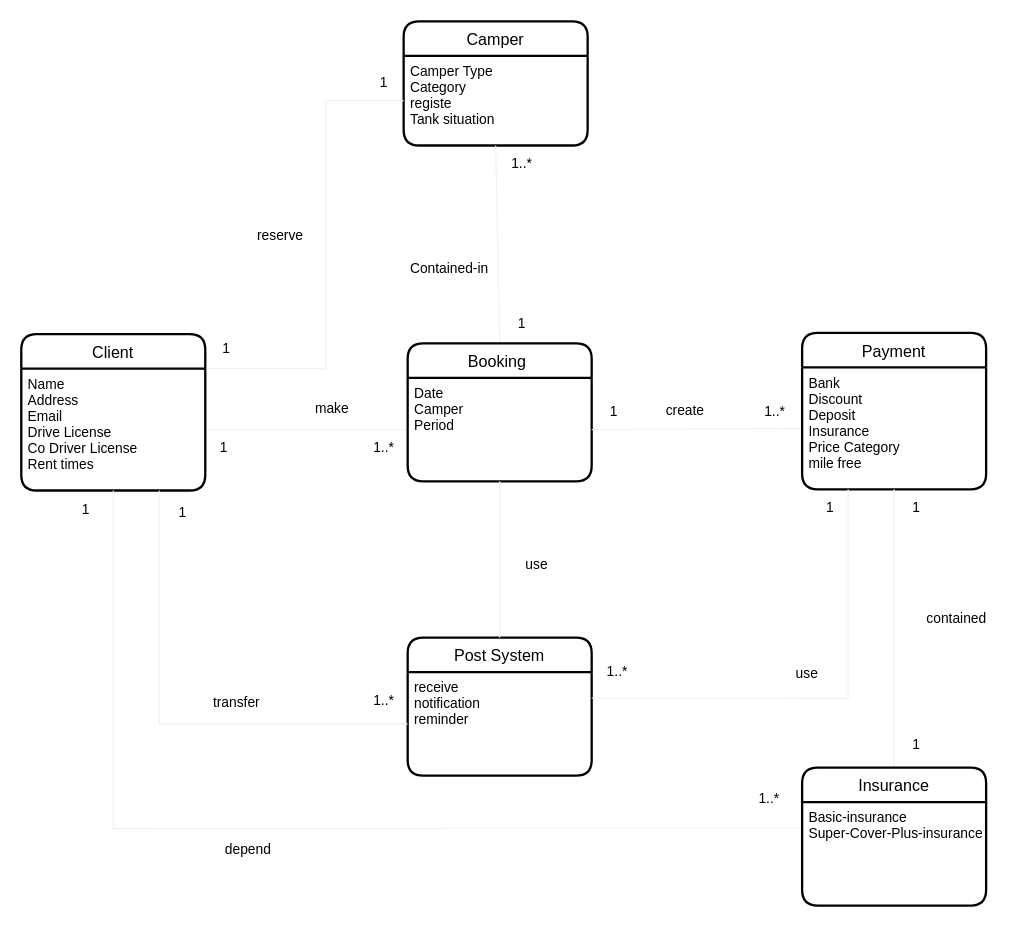
Above: page "DomainModel" (1 of 2) of Document/DomainModel.drawio in Fei-D20/The_Autocamper_rental_business (draw.io), before the change. Source tidied: cells renumbered, new cells numbered last; positions are measured from the earlier drawing's top-left corner, leaving out a move shared by most shapes. Both pictures are drawn from the tidied source at 115%, with x=0, y=0 at pixel (21, 21).
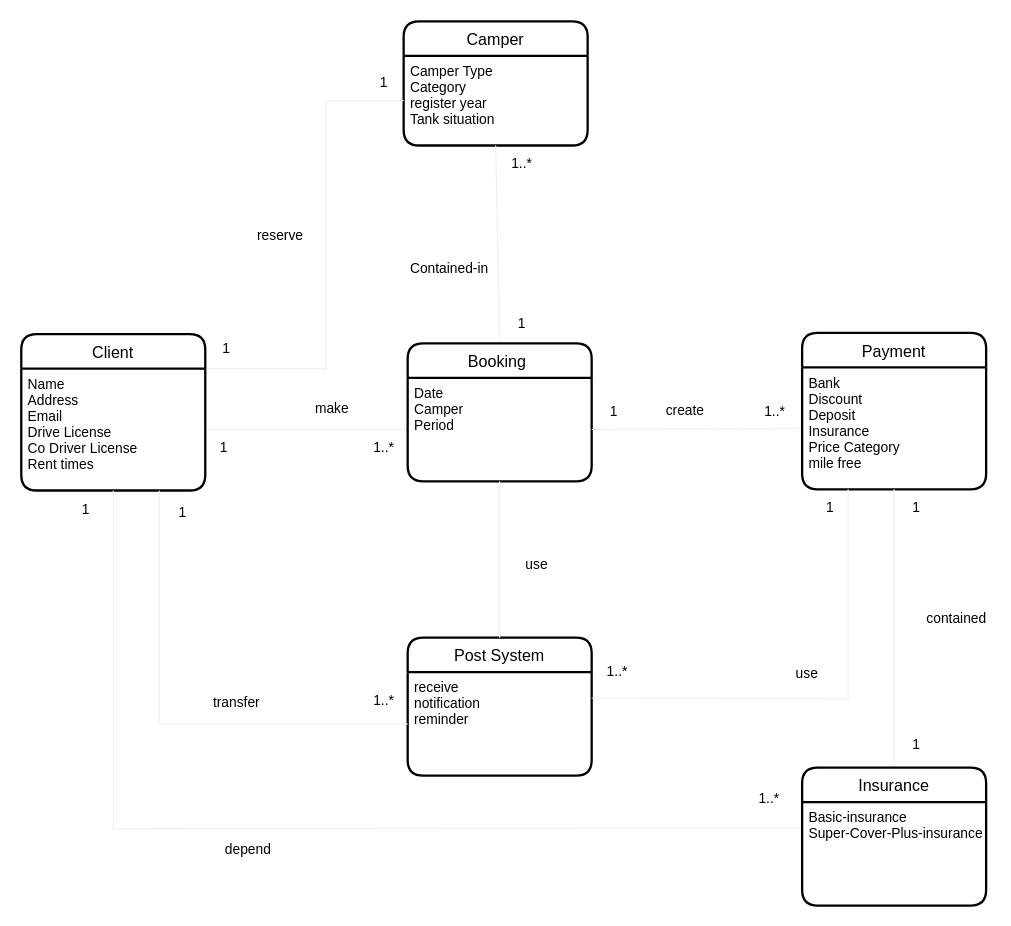
Above is the later version.

The change refers to these unchanged cells:
```xml
<mxCell id="3" value="Camper" style="swimlane;horizontal=1;startSize=30;rounded=1;fontSize=14;fontStyle=0;strokeWidth=2;shadow=0;dashed=0;align=center;" parent="1" vertex="1">
  <mxGeometry x="332.5" width="160" height="108" as="geometry" />
</mxCell>
```

Change to the diagram source:
```diff
@@
-    <mxCell id="4" value="Camper Type&#10;Category&#10;registe &#10;Tank situation" style="align=left;strokeColor=none;fillColor=none;spacingLeft=4;fontSize=12;verticalAlign=top;" parent="3" vertex="1">
+    <mxCell id="4" value="Camper Type&#10;Category&#10;register year&#10;Tank situation" style="align=left;strokeColor=none;fillColor=none;spacingLeft=4;fontSize=12;verticalAlign=top;" parent="3" vertex="1">
       <mxGeometry y="30" width="160" height="78" as="geometry" />
     </mxCell>
```
